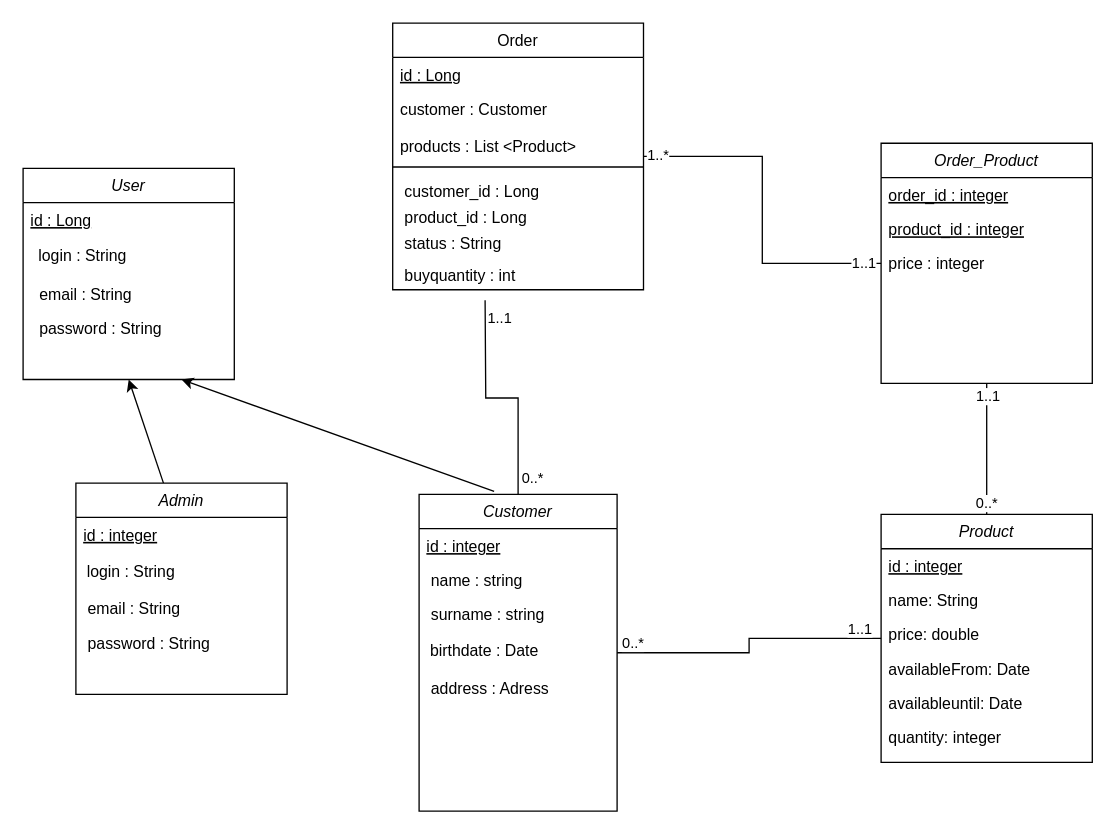
IrinaWorkAccount/Order_Management_Java keeps this draw.io diagram as src/uml.drawio. Above is the earlier version. Source tidied: cells renumbered, new cells numbered last; positions are measured from the earlier drawing's top-left corner, leaving out a move shared by most shapes. Both pictures are drawn from the tidied source at 132%, with x=0, y=0 at pixel (22, 22).
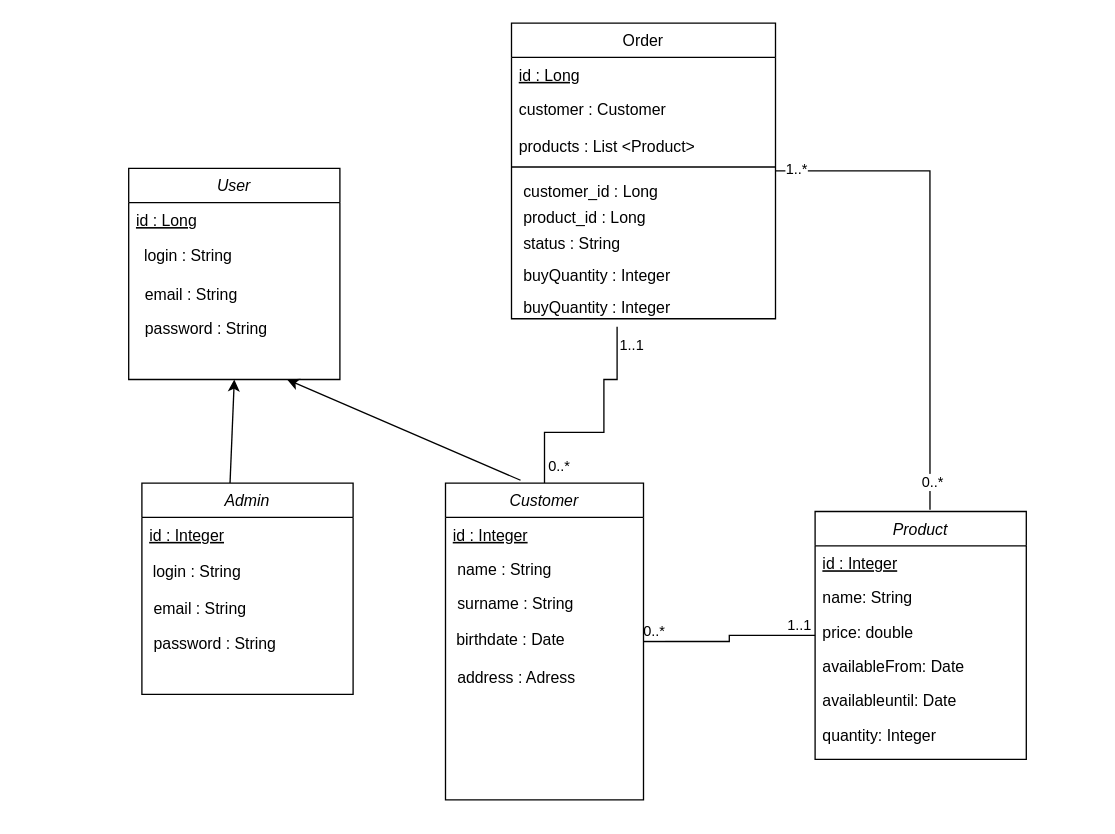
After the change.

Change to the diagram source:
```diff
@@
-    <mxCell id="5" style="edgeStyle=orthogonalEdgeStyle;rounded=0;jettySize=auto;html=1;endArrow=none;endFill=0;" parent="1" edge="1" source="8">
+    <mxCell id="5" style="edgeStyle=orthogonalEdgeStyle;rounded=0;jettySize=auto;html=1;endArrow=none;endFill=0;entryX=0.4;entryY=1.273;entryDx=0;entryDy=0;entryPerimeter=0;" parent="1" edge="1" source="8" target="52">
       <mxGeometry relative="1" as="geometry">
-        <mxPoint x="350" y="210" as="targetPoint" />
+        <Array as="points">
+          <mxPoint x="395" y="310" />
+          <mxPoint x="440" y="310" />
+          <mxPoint x="440" y="270" />
+          <mxPoint x="450" y="270" />
+        </Array>
       </mxGeometry>
     </mxCell>
@@
     <mxCell id="8" value="Customer" style="swimlane;fontStyle=2;align=center;verticalAlign=top;horizontal=1;startSize=26;rounded=0;shadow=0;strokeWidth=1;" parent="1" vertex="1">
-      <mxGeometry x="300" y="357" width="150" height="240" as="geometry" />
+      <mxGeometry x="320" y="348.5" width="150" height="240" as="geometry" />
     </mxCell>
-    <mxCell id="9" value="id : integer" style="text;align=left;verticalAlign=top;spacingLeft=4;spacingRight=4;overflow=hidden;fontStyle=4;" parent="8" vertex="1">
+    <mxCell id="9" value="id : Integer" style="text;align=left;verticalAlign=top;spacingLeft=4;spacingRight=4;overflow=hidden;fontStyle=4;" parent="8" vertex="1">
       <mxGeometry y="26" width="150" height="26" as="geometry" />
     </mxCell>
-    <mxCell id="10" value=" name : string" style="text;align=left;verticalAlign=top;spacingLeft=4;spacingRight=4;overflow=hidden;" parent="8" vertex="1">
+    <mxCell id="10" value=" name : String" style="text;align=left;verticalAlign=top;spacingLeft=4;spacingRight=4;overflow=hidden;" parent="8" vertex="1">
       <mxGeometry y="52" width="150" height="26" as="geometry" />
     </mxCell>
-    <mxCell id="11" value=" surname : string" style="text;align=left;verticalAlign=top;spacingLeft=4;spacingRight=4;overflow=hidden;rounded=0;shadow=0;html=0;" parent="8" vertex="1">
+    <mxCell id="11" value=" surname : String" style="text;align=left;verticalAlign=top;spacingLeft=4;spacingRight=4;overflow=hidden;rounded=0;shadow=0;html=0;" parent="8" vertex="1">
       <mxGeometry y="78" width="150" height="26" as="geometry" />
     </mxCell>
@@
     <mxCell id="14" value="Product" style="swimlane;fontStyle=2;align=center;verticalAlign=top;horizontal=1;startSize=26;rounded=0;shadow=0;strokeWidth=1;" parent="1" vertex="1">
-      <mxGeometry x="650" y="372.2" width="160" height="187.8" as="geometry" />
+      <mxGeometry x="600" y="370" width="160" height="187.8" as="geometry" />
     </mxCell>
-    <mxCell id="15" value="id : integer" style="text;align=left;verticalAlign=top;spacingLeft=4;spacingRight=4;overflow=hidden;fontStyle=4;" parent="14" vertex="1">
+    <mxCell id="15" value="id : Integer" style="text;align=left;verticalAlign=top;spacingLeft=4;spacingRight=4;overflow=hidden;fontStyle=4;" parent="14" vertex="1">
       <mxGeometry y="26" width="160" height="26" as="geometry" />
     </mxCell>
@@
-    <mxCell id="20" value="quantity: integer" style="text;align=left;verticalAlign=top;spacingLeft=4;spacingRight=4;overflow=hidden;fontStyle=0;" parent="14" vertex="1">
+    <mxCell id="20" value="quantity: Integer" style="text;align=left;verticalAlign=top;spacingLeft=4;spacingRight=4;overflow=hidden;fontStyle=0;" parent="14" vertex="1">
       <mxGeometry y="156" width="160" height="26" as="geometry" />
     </mxCell>
-    <mxCell id="21" style="edgeStyle=orthogonalEdgeStyle;rounded=0;jettySize=auto;html=1;endArrow=none;endFill=0;exitX=1;exitY=0.5;exitDx=0;exitDy=0;" parent="1" edge="1" source="24" target="36">
+    <mxCell id="21" style="edgeStyle=orthogonalEdgeStyle;rounded=0;jettySize=auto;html=1;endArrow=none;endFill=0;exitX=1;exitY=0.5;exitDx=0;exitDy=0;entryX=0.544;entryY=-0.007;entryDx=0;entryDy=0;entryPerimeter=0;" parent="1" edge="1" source="24" target="14">
       <mxGeometry relative="1" as="geometry" />
     </mxCell>
@@
-    <mxCell id="23" value="1..1" style="edgeLabel;html=1;align=center;verticalAlign=middle;" parent="21" vertex="1">
+    <mxCell id="23" value="0..*" style="edgeLabel;html=1;align=center;verticalAlign=middle;" parent="21" vertex="1">
       <mxGeometry x="0.89" y="1" relative="1" as="geometry" />
     </mxCell>
     <mxCell id="24" value="Order" style="swimlane;fontStyle=0;align=center;verticalAlign=top;horizontal=1;startSize=26;" parent="1" vertex="1">
-      <mxGeometry x="280" width="190" height="202" as="geometry" />
+      <mxGeometry x="370" width="200" height="224" as="geometry" />
     </mxCell>
     <mxCell id="25" value="id : Long" style="text;strokeColor=none;fillColor=none;align=left;verticalAlign=top;spacingLeft=4;spacingRight=4;overflow=hidden;fontStyle=4;" parent="24" vertex="1">
-      <mxGeometry y="26" width="190" height="26" as="geometry" />
+      <mxGeometry y="26" width="200" height="26" as="geometry" />
     </mxCell>
     <mxCell id="26" value="customer : Customer&#10;" style="text;strokeColor=none;fillColor=none;align=left;verticalAlign=top;spacingLeft=4;spacingRight=4;overflow=hidden;fontStyle=0;" parent="24" vertex="1">
-      <mxGeometry y="52" width="190" height="28" as="geometry" />
+      <mxGeometry y="52" width="200" height="28" as="geometry" />
     </mxCell>
     <mxCell id="27" value="products : List &lt;Product&gt;" style="text;strokeColor=none;fillColor=none;align=left;verticalAlign=top;spacingLeft=4;spacingRight=4;overflow=hidden;" parent="24" vertex="1">
-      <mxGeometry y="80" width="190" height="24" as="geometry" />
+      <mxGeometry y="80" width="200" height="24" as="geometry" />
     </mxCell>
     <mxCell id="28" style="line;strokeWidth=1;fillColor=none;align=left;verticalAlign=middle;spacingTop=-1;spacingLeft=3;spacingRight=3;labelPosition=right;strokeColor=inherit;" parent="24" vertex="1">
-      <mxGeometry y="104" width="190" height="10" as="geometry" />
+      <mxGeometry y="104" width="200" height="10" as="geometry" />
     </mxCell>
     <mxCell id="29" value=" customer_id : Long" style="text;strokeColor=none;fillColor=none;align=left;verticalAlign=top;spacingLeft=4;spacingRight=4;overflow=hidden;" parent="24" vertex="1">
-      <mxGeometry y="114" width="190" height="20" as="geometry" />
+      <mxGeometry y="114" width="200" height="20" as="geometry" />
     </mxCell>
     <mxCell id="30" value=" product_id : Long" style="text;strokeColor=none;fillColor=none;align=left;verticalAlign=top;spacingLeft=4;spacingRight=4;overflow=hidden;" parent="24" vertex="1">
-      <mxGeometry y="134" width="190" height="20" as="geometry" />
+      <mxGeometry y="134" width="200" height="20" as="geometry" />
     </mxCell>
     <mxCell id="31" value=" status : String" style="text;strokeColor=none;fillColor=none;align=left;verticalAlign=top;spacingLeft=4;spacingRight=4;overflow=hidden;" parent="24" vertex="1">
-      <mxGeometry y="154" width="190" height="24" as="geometry" />
+      <mxGeometry y="154" width="200" height="24" as="geometry" />
     </mxCell>
-    <mxCell id="32" value=" buyquantity : int" style="text;strokeColor=none;fillColor=none;align=left;verticalAlign=top;spacingLeft=4;spacingRight=4;overflow=hidden;" parent="24" vertex="1">
-      <mxGeometry y="178" width="190" height="24" as="geometry" />
+    <mxCell id="32" value=" buyQuantity : Integer" style="text;strokeColor=none;fillColor=none;align=left;verticalAlign=top;spacingLeft=4;spacingRight=4;overflow=hidden;" parent="24" vertex="1">
+      <mxGeometry y="178" width="200" height="24" as="geometry" />
     </mxCell>
-    <mxCell id="33" style="edgeStyle=orthogonalEdgeStyle;rounded=0;jettySize=auto;html=1;endArrow=none;endFill=0;" parent="1" edge="1" source="36" target="14">
-      <mxGeometry relative="1" as="geometry" />
-    </mxCell>
-    <mxCell id="34" value="1..1" style="edgeLabel;html=1;align=center;verticalAlign=middle;" parent="33" vertex="1">
-      <mxGeometry x="-0.82" relative="1" as="geometry" />
-    </mxCell>
-    <mxCell id="35" value="0..*" style="edgeLabel;html=1;align=center;verticalAlign=middle;" parent="33" vertex="1">
-      <mxGeometry x="0.82" y="-1" relative="1" as="geometry" />
-    </mxCell>
-    <mxCell id="36" value="Order_Product" style="swimlane;fontStyle=2;align=center;verticalAlign=top;horizontal=1;startSize=26;rounded=0;shadow=0;strokeWidth=1;" parent="1" vertex="1">
-      <mxGeometry x="650" y="91" width="160" height="182" as="geometry" />
-    </mxCell>
-    <mxCell id="37" value="order_id : integer" style="text;align=left;verticalAlign=top;spacingLeft=4;spacingRight=4;overflow=hidden;fontStyle=4;" parent="36" vertex="1">
-      <mxGeometry y="26" width="160" height="26" as="geometry" />
-    </mxCell>
-    <mxCell id="38" value="product_id : integer" style="text;align=left;verticalAlign=top;spacingLeft=4;spacingRight=4;overflow=hidden;fontStyle=4;" parent="36" vertex="1">
-      <mxGeometry y="52" width="160" height="26" as="geometry" />
-    </mxCell>
-    <mxCell id="39" value="price : integer" style="text;align=left;verticalAlign=top;spacingLeft=4;spacingRight=4;overflow=hidden;rounded=0;shadow=0;html=0;" parent="36" vertex="1">
-      <mxGeometry y="78" width="160" height="26" as="geometry" />
-    </mxCell>
+    <mxCell id="52" value=" buyQuantity : Integer" style="text;strokeColor=none;fillColor=none;align=left;verticalAlign=top;spacingLeft=4;spacingRight=4;overflow=hidden;points=[[0,0.5],[1,0.5]];portConstraint=eastwest;" parent="24" vertex="1">
+      <mxGeometry y="202" width="200" height="22" as="geometry" />
+    </mxCell>
     <mxCell id="40" value="User" style="swimlane;fontStyle=2;align=center;verticalAlign=top;horizontal=1;startSize=26;rounded=0;shadow=0;strokeWidth=1;" parent="1" vertex="1">
-      <mxGeometry y="110" width="160" height="160" as="geometry" />
+      <mxGeometry x="80" y="110" width="160" height="160" as="geometry" />
     </mxCell>
@@
     <mxCell id="47" value="Admin" style="swimlane;fontStyle=2;align=center;verticalAlign=top;horizontal=1;startSize=26;rounded=0;shadow=0;strokeWidth=1;" parent="1" vertex="1">
-      <mxGeometry x="40" y="348.5" width="160" height="160" as="geometry" />
+      <mxGeometry x="90" y="348.5" width="160" height="160" as="geometry" />
     </mxCell>
-    <mxCell id="48" value="id : integer" style="text;align=left;verticalAlign=top;spacingLeft=4;spacingRight=4;overflow=hidden;fontStyle=4;" parent="47" vertex="1">
+    <mxCell id="48" value="id : Integer" style="text;align=left;verticalAlign=top;spacingLeft=4;spacingRight=4;overflow=hidden;fontStyle=4;" parent="47" vertex="1">
       <mxGeometry y="26" width="160" height="26" as="geometry" />
     </mxCell>
```
